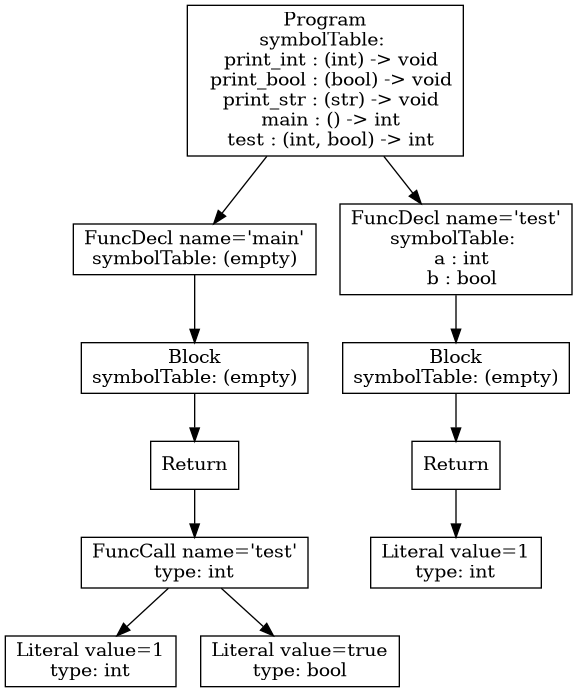
Before: p3-analysis/tree.png, a diagram exported from Graphviz (purejerome/cs432_project). Its source is kept beside it as p3-analysis/tree.dot.
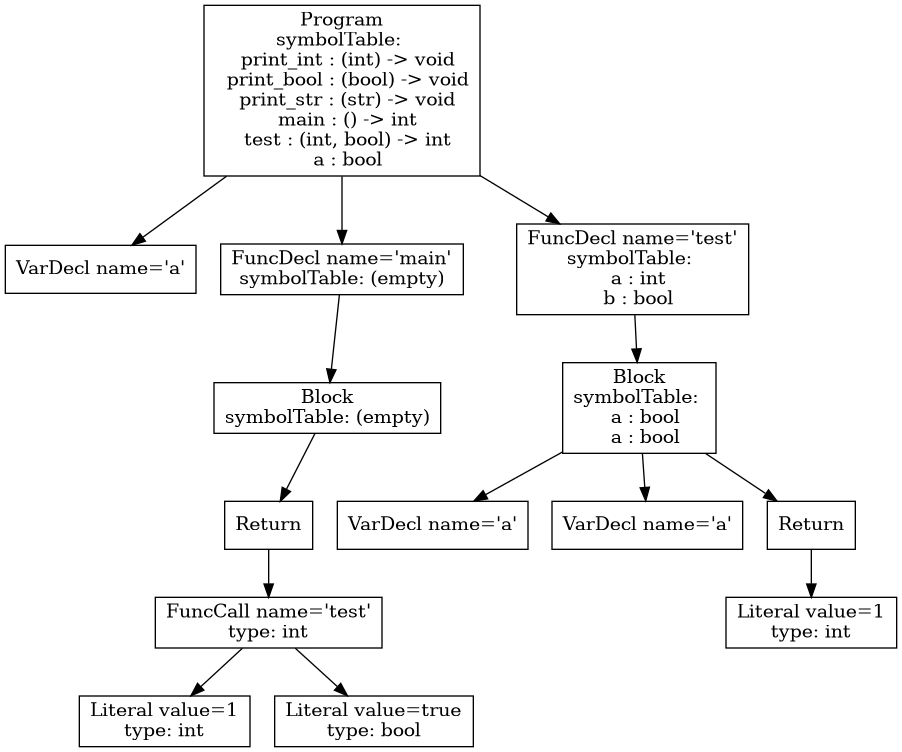
After the change.

What changed in the source:
```diff
@@ -1,23 +1,29 @@
 digraph AST {
-5 [shape=box, label="Literal value=1\ntype: int"];
-6 [shape=box, label="Literal value=true\ntype: bool"];
-4 [shape=box, label="FuncCall name='test'\ntype: int"];
+1 [shape=box, label="VarDecl name='a'"];
+6 [shape=box, label="Literal value=1\ntype: int"];
+7 [shape=box, label="Literal value=true\ntype: bool"];
+5 [shape=box, label="FuncCall name='test'\ntype: int"];
+5 -> 6;
+5 -> 7;
+4 [shape=box, label="Return"];
 4 -> 5;
-4 -> 6;
-3 [shape=box, label="Return"];
+3 [shape=box, label="Block\nsymbolTable: (empty)"];
 3 -> 4;
-2 [shape=box, label="Block\nsymbolTable: (empty)"];
+2 [shape=box, label="FuncDecl name='main'\nsymbolTable: (empty)"];
 2 -> 3;
-1 [shape=box, label="FuncDecl name='main'\nsymbolTable: (empty)"];
-1 -> 2;
-10 [shape=box, label="Literal value=1\ntype: int"];
-9 [shape=box, label="Return"];
+10 [shape=box, label="VarDecl name='a'"];
+11 [shape=box, label="VarDecl name='a'"];
+13 [shape=box, label="Literal value=1\ntype: int"];
+12 [shape=box, label="Return"];
+12 -> 13;
+9 [shape=box, label="Block\nsymbolTable: \n  a : bool\n  a : bool"];
 9 -> 10;
-8 [shape=box, label="Block\nsymbolTable: (empty)"];
+9 -> 11;
+9 -> 12;
+8 [shape=box, label="FuncDecl name='test'\nsymbolTable: \n  a : int\n  b : bool"];
 8 -> 9;
-7 [shape=box, label="FuncDecl name='test'\nsymbolTable: \n  a : int\n  b : bool"];
-7 -> 8;
-0 [shape=box, label="Program\nsymbolTable: \n  print_int : (int) -> void\n  print_bool : (bool) -> void\n  print_str : (str) -> void\n  main : () -> int\n  test : (int, bool) -> int"];
+0 [shape=box, label="Program\nsymbolTable: \n  print_int : (int) -> void\n  print_bool : (bool) -> void\n  print_str : (str) -> void\n  main : () -> int\n  test : (int, bool) -> int\n  a : bool"];
 0 -> 1;
-0 -> 7;
+0 -> 2;
+0 -> 8;
 }
```
